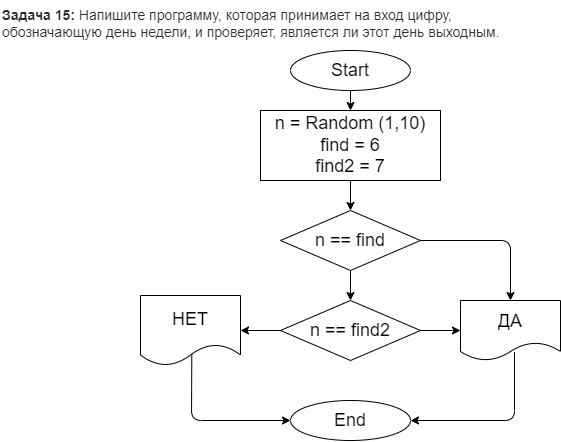
LiudmilaKozenkova/Seminar_2_CSharp-homework- keeps this draw.io diagram as Task_3/diagram.drawio.png. Above is the earlier version. Source tidied: cells renumbered, new cells last; positions are measured from the earlier drawing's top-left corner, leaving out a move shared by most shapes.
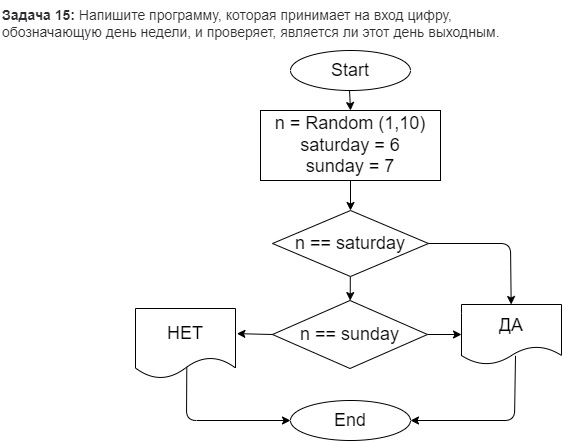
The same file after the commit.

Change to the diagram source:
```diff
@@ -14,21 +14,21 @@
     <mxCell id="5" style="edgeStyle=none;html=1;fontSize=18;" parent="1" edge="1" source="6" target="9">
       <mxGeometry relative="1" as="geometry" />
     </mxCell>
-    <mxCell id="6" value="&lt;font style=&quot;font-size: 18px&quot;&gt;n = Random (1,10)&lt;br&gt;find = 6&lt;br&gt;find2 = 7&lt;/font&gt;" style="whiteSpace=wrap;html=1;" parent="1" vertex="1">
+    <mxCell id="6" value="&lt;font style=&quot;font-size: 18px&quot;&gt;n = Random (1,10)&lt;br&gt;saturday = 6&lt;br&gt;sunday = 7&lt;/font&gt;" style="whiteSpace=wrap;html=1;" parent="1" vertex="1">
       <mxGeometry x="260" y="110" width="180" height="70" as="geometry" />
     </mxCell>
     <mxCell id="7" style="edgeStyle=none;html=1;fontSize=18;exitX=1;exitY=0.5;exitDx=0;exitDy=0;" parent="1" edge="1" source="9" target="11">
       <mxGeometry relative="1" as="geometry">
         <Array as="points">
-          <mxPoint x="510" y="240" />
+          <mxPoint x="510" y="243" />
         </Array>
       </mxGeometry>
     </mxCell>
     <mxCell id="8" style="edgeStyle=none;html=1;fontSize=18;" parent="1" edge="1" source="9" target="13">
       <mxGeometry relative="1" as="geometry" />
     </mxCell>
-    <mxCell id="9" value="&lt;font style=&quot;font-size: 18px&quot;&gt;n == find&lt;/font&gt;" style="rhombus;whiteSpace=wrap;html=1;" parent="1" vertex="1">
-      <mxGeometry x="280" y="210" width="140" height="60" as="geometry" />
+    <mxCell id="9" value="&lt;font style=&quot;font-size: 18px&quot;&gt;n == saturday&lt;/font&gt;" style="rhombus;whiteSpace=wrap;html=1;" parent="1" vertex="1">
+      <mxGeometry x="272" y="210" width="156" height="66" as="geometry" />
     </mxCell>
     <mxCell id="10" style="edgeStyle=none;html=1;entryX=1;entryY=0.5;entryDx=0;entryDy=0;fontSize=18;exitX=0.54;exitY=0.856;exitDx=0;exitDy=0;exitPerimeter=0;" parent="1" edge="1" source="11" target="17">
       <mxGeometry relative="1" as="geometry">
@@ -38,28 +38,26 @@
       </mxGeometry>
     </mxCell>
     <mxCell id="11" value="&lt;font style=&quot;font-size: 18px&quot;&gt;ДА&lt;/font&gt;" style="shape=document;whiteSpace=wrap;html=1;boundedLbl=1;" parent="1" vertex="1">
-      <mxGeometry x="460" y="300" width="100" height="60" as="geometry" />
+      <mxGeometry x="461" y="304" width="100" height="60" as="geometry" />
     </mxCell>
     <mxCell id="12" style="edgeStyle=none;html=1;fontSize=18;exitX=1;exitY=0.5;exitDx=0;exitDy=0;" parent="1" edge="1" source="13" target="11">
       <mxGeometry relative="1" as="geometry" />
     </mxCell>
-    <mxCell id="13" value="&lt;font style=&quot;font-size: 18px&quot;&gt;n == find2&lt;/font&gt;" style="rhombus;whiteSpace=wrap;html=1;" parent="1" vertex="1">
-      <mxGeometry x="280" y="300" width="140" height="60" as="geometry" />
+    <mxCell id="13" value="&lt;font style=&quot;font-size: 18px&quot;&gt;n == sunday&lt;/font&gt;" style="rhombus;whiteSpace=wrap;html=1;" parent="1" vertex="1">
+      <mxGeometry x="272" y="300" width="155" height="68" as="geometry" />
     </mxCell>
-    <mxCell id="14" style="edgeStyle=none;html=1;fontSize=18;" parent="1" edge="1" target="16">
-      <mxGeometry relative="1" as="geometry">
-        <mxPoint x="280" y="330" as="sourcePoint" />
-      </mxGeometry>
+    <mxCell id="14" style="edgeStyle=none;html=1;fontSize=18;exitX=0;exitY=0.5;exitDx=0;exitDy=0;entryX=1.014;entryY=0.359;entryDx=0;entryDy=0;entryPerimeter=0;" parent="1" edge="1" source="13" target="16">
+      <mxGeometry relative="1" as="geometry" />
     </mxCell>
     <mxCell id="15" style="edgeStyle=none;html=1;entryX=0;entryY=0.5;entryDx=0;entryDy=0;fontSize=18;exitX=0.513;exitY=0.843;exitDx=0;exitDy=0;exitPerimeter=0;" parent="1" edge="1" source="16" target="17">
       <mxGeometry relative="1" as="geometry">
         <Array as="points">
-          <mxPoint x="191" y="420" />
+          <mxPoint x="186" y="420" />
         </Array>
       </mxGeometry>
     </mxCell>
     <mxCell id="16" value="&lt;font style=&quot;font-size: 18px&quot;&gt;НЕТ&lt;/font&gt;" style="shape=document;whiteSpace=wrap;html=1;boundedLbl=1;sketch=0;" parent="1" vertex="1">
-      <mxGeometry x="140" y="295" width="100" height="70" as="geometry" />
+      <mxGeometry x="135" y="308" width="100" height="70" as="geometry" />
     </mxCell>
     <mxCell id="17" value="&lt;span style=&quot;font-size: 18px&quot;&gt;End&lt;/span&gt;" style="ellipse;whiteSpace=wrap;html=1;" parent="1" vertex="1">
       <mxGeometry x="290" y="400" width="120" height="40" as="geometry" />
```
